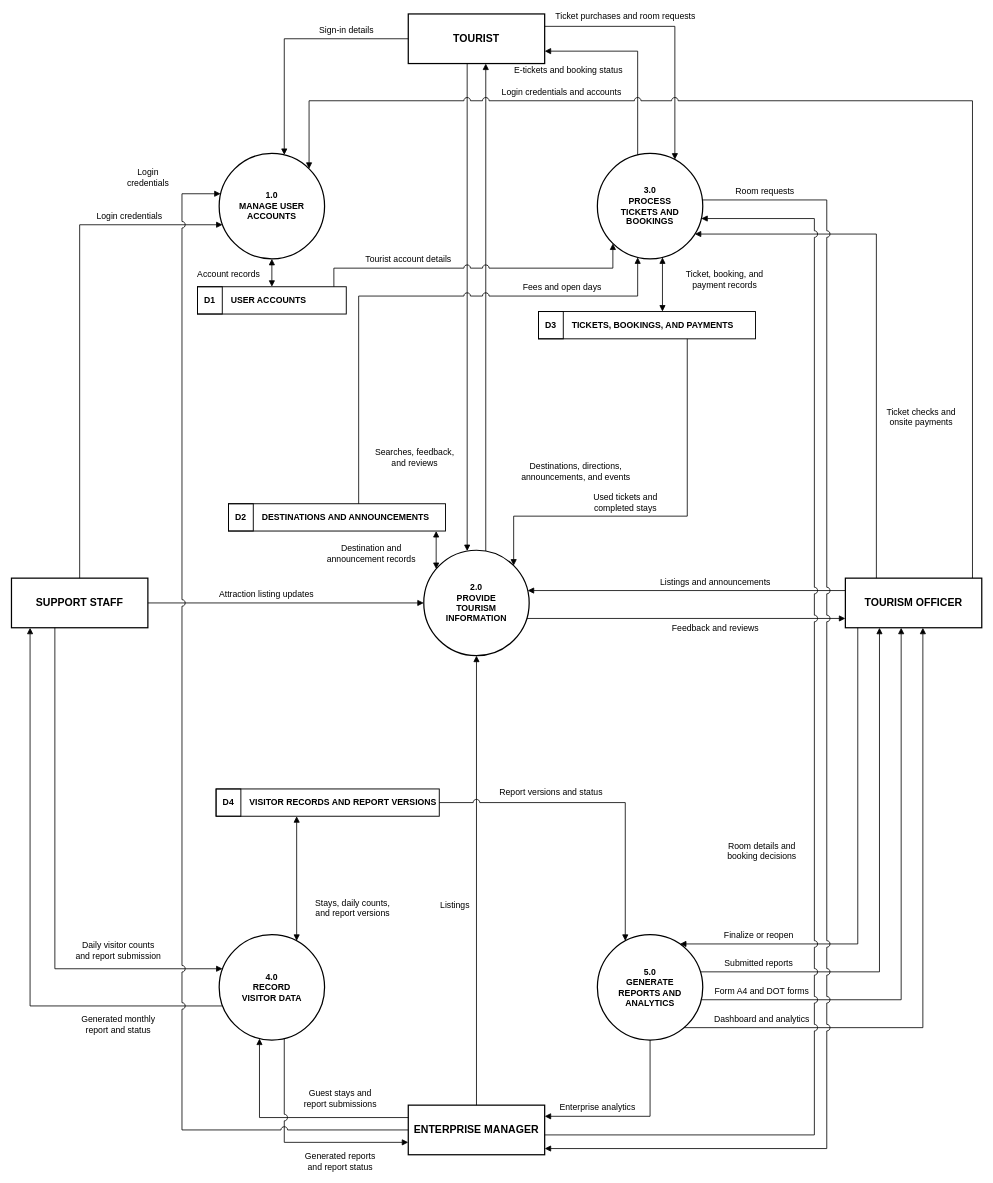
Earlier version of the draw.io diagram docs/diagrams/ztims-top-level-diagram.drawio (jefee0101/ZTIMS). Source tidied: cells renumbered, new cells numbered last; positions are measured from the earlier drawing's top-left corner, leaving out a move shared by most shapes. Both pictures are drawn from the tidied source at 62%, with x=0, y=0 at pixel (11, 14).
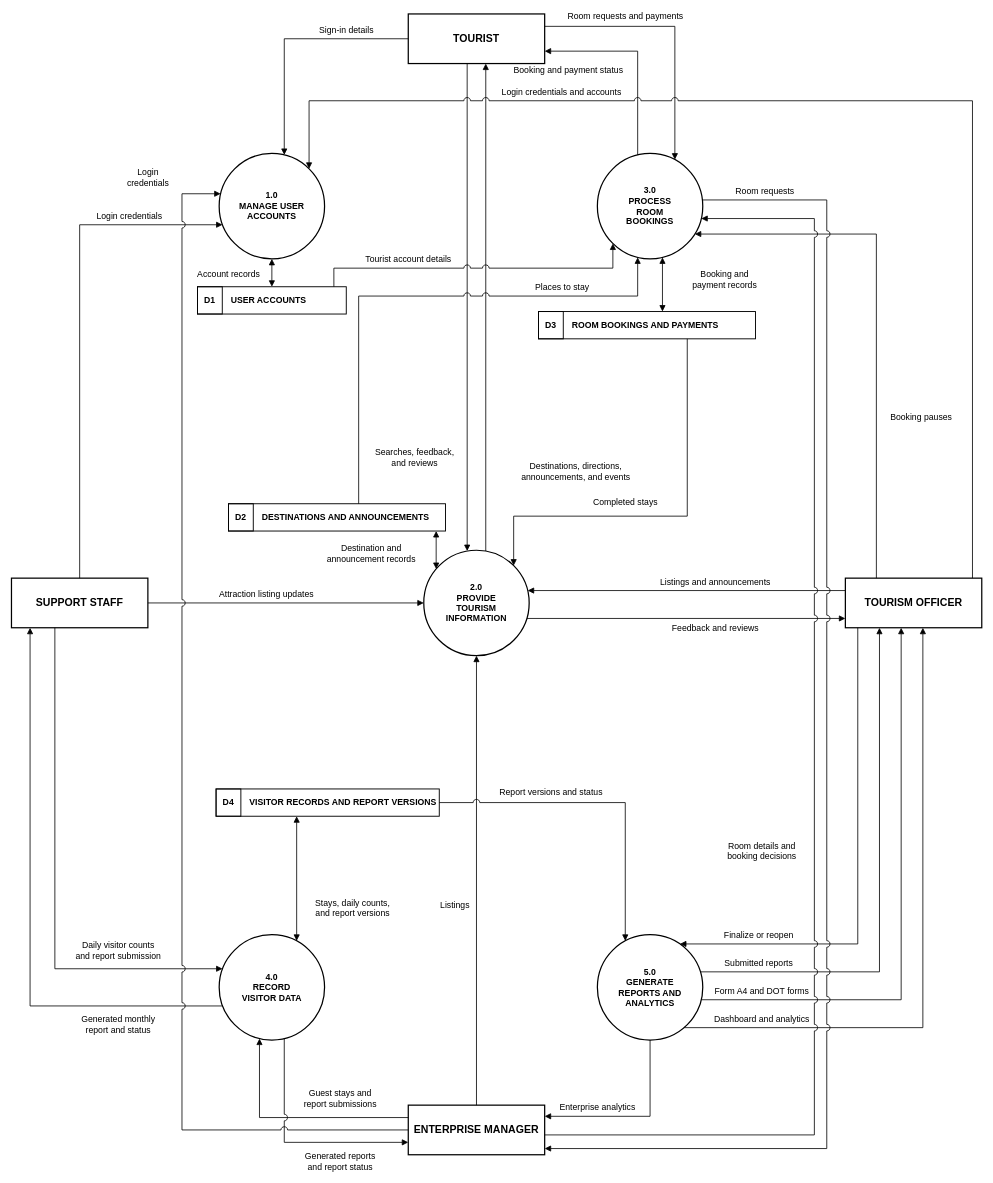
The same diagram, later.

Commit message (it also covers changes not shown here):
Diagrams redrawn without entrance tickets

Unchanged cells that the change refers to:
```xml
<mxCell id="2" value="TOURIST" style="rounded=0;whiteSpace=wrap;html=1;fillColor=#ffffff;strokeColor=#000000;strokeWidth=2;fontColor=#000000;fontStyle=1;fontSize=17;" parent="1" vertex="1">
  <mxGeometry x="640" width="220" height="80" as="geometry" />
</mxCell>
<mxCell id="4" value="TOURISM OFFICER" style="rounded=0;whiteSpace=wrap;html=1;fillColor=#ffffff;strokeColor=#000000;strokeWidth=2;fontColor=#000000;fontStyle=1;fontSize=17;" parent="1" vertex="1">
  <mxGeometry x="1345" y="910" width="220" height="80" as="geometry" />
</mxCell>
<mxCell id="8" value="2.0&lt;br&gt;PROVIDE&lt;br&gt;TOURISM&lt;br&gt;INFORMATION" style="ellipse;whiteSpace=wrap;html=1;fillColor=#ffffff;strokeColor=#000000;strokeWidth=2;fontColor=#000000;fontStyle=1;fontSize=14;" parent="1" vertex="1">
  <mxGeometry x="665" y="865" width="170" height="170" as="geometry" />
</mxCell>
<mxCell id="13" value="DESTINATIONS AND ANNOUNCEMENTS" style="rounded=0;whiteSpace=wrap;html=1;align=left;spacingLeft=52;fillColor=#ffffff;strokeColor=#000000;strokeWidth=1.5;fontColor=#000000;fontStyle=1;fontSize=14;" parent="1" vertex="1">
  <mxGeometry x="350" y="790" width="350" height="44" as="geometry" />
</mxCell>
```

The edit, as a diff of the source:
```diff
@@
-    <mxCell id="7" value="3.0&lt;br&gt;PROCESS&lt;br&gt;TICKETS AND&lt;br&gt;BOOKINGS" style="ellipse;whiteSpace=wrap;html=1;fillColor=#ffffff;strokeColor=#000000;strokeWidth=2;fontColor=#000000;fontStyle=1;fontSize=14;" parent="1" vertex="1">
+    <mxCell id="7" value="3.0&lt;br&gt;PROCESS&lt;br&gt;ROOM&lt;br&gt;BOOKINGS" style="ellipse;whiteSpace=wrap;html=1;fillColor=#ffffff;strokeColor=#000000;strokeWidth=2;fontColor=#000000;fontStyle=1;fontSize=14;" parent="1" vertex="1">
       <mxGeometry x="945" y="225" width="170" height="170" as="geometry" />
     </mxCell>
@@
-    <mxCell id="15" value="TICKETS, BOOKINGS, AND PAYMENTS" style="rounded=0;whiteSpace=wrap;html=1;align=left;spacingLeft=52;fillColor=#ffffff;strokeColor=#000000;strokeWidth=1.5;fontColor=#000000;fontStyle=1;fontSize=14;" parent="1" vertex="1">
+    <mxCell id="15" value="ROOM BOOKINGS AND PAYMENTS" style="rounded=0;whiteSpace=wrap;html=1;align=left;spacingLeft=52;fillColor=#ffffff;strokeColor=#000000;strokeWidth=1.5;fontColor=#000000;fontStyle=1;fontSize=14;" parent="1" vertex="1">
       <mxGeometry x="850" y="480" width="350" height="44" as="geometry" />
     </mxCell>
@@
-    <mxCell id="20" value="Ticket purchases and room requests" style="edgeStyle=none;rounded=0;html=1;endArrow=block;endFill=1;endSize=7;strokeColor=#000000;strokeWidth=1.3;fontColor=#000000;fontSize=14;labelBackgroundColor=none;jumpStyle=arc;jumpSize=10;exitX=1.0000;exitY=0.2500;exitPerimeter=0;entryX=0.7353;entryY=0.0588;entryPerimeter=0;" parent="1" edge="1" source="2" target="7">
+    <mxCell id="20" value="Room requests and payments" style="edgeStyle=none;rounded=0;html=1;endArrow=block;endFill=1;endSize=7;strokeColor=#000000;strokeWidth=1.3;fontColor=#000000;fontSize=14;labelBackgroundColor=none;jumpStyle=arc;jumpSize=10;exitX=1.0000;exitY=0.2500;exitPerimeter=0;entryX=0.7353;entryY=0.0588;entryPerimeter=0;" parent="1" edge="1" source="2" target="7">
       <mxGeometry relative="1" as="geometry">
         <Array as="points">
           <mxPoint x="1070" y="20" />
         </Array>
         <mxPoint x="-80" y="-18.5" as="offset" />
       </mxGeometry>
     </mxCell>
-    <mxCell id="21" value="E-tickets and booking status" style="edgeStyle=none;rounded=0;html=1;endArrow=block;endFill=1;endSize=7;strokeColor=#000000;strokeWidth=1.3;fontColor=#000000;fontSize=14;labelBackgroundColor=none;jumpStyle=arc;jumpSize=10;exitX=0.3824;exitY=0.0140;exitPerimeter=0;entryX=1.0000;entryY=0.7500;entryPerimeter=0;" parent="1" edge="1" source="7" target="2">
+    <mxCell id="21" value="Booking and payment status" style="edgeStyle=none;rounded=0;html=1;endArrow=block;endFill=1;endSize=7;strokeColor=#000000;strokeWidth=1.3;fontColor=#000000;fontSize=14;labelBackgroundColor=none;jumpStyle=arc;jumpSize=10;exitX=0.3824;exitY=0.0140;exitPerimeter=0;entryX=1.0000;entryY=0.7500;entryPerimeter=0;" parent="1" edge="1" source="7" target="2">
       <mxGeometry relative="1" as="geometry">
         <Array as="points">
           <mxPoint x="1010" y="60" />
         </Array>
         <mxPoint x="-112.5" y="21.3" as="offset" />
       </mxGeometry>
     </mxCell>
@@
-    <mxCell id="29" value="Ticket checks and&lt;br&gt;onsite payments" style="edgeStyle=none;rounded=0;html=1;endArrow=block;endFill=1;endSize=7;strokeColor=#000000;strokeWidth=1.3;fontColor=#000000;fontSize=14;labelBackgroundColor=none;jumpStyle=arc;jumpSize=10;exitX=0.2273;exitY=0.0000;exitPerimeter=0;entryX=0.9242;entryY=0.7647;entryPerimeter=0;" parent="1" edge="1" source="4" target="7">
+    <mxCell id="29" value="Booking pauses" style="edgeStyle=none;rounded=0;html=1;endArrow=block;endFill=1;endSize=7;strokeColor=#000000;strokeWidth=1.3;fontColor=#000000;fontSize=14;labelBackgroundColor=none;jumpStyle=arc;jumpSize=10;exitX=0.2273;exitY=0.0000;exitPerimeter=0;entryX=0.9242;entryY=0.7647;entryPerimeter=0;" parent="1" edge="1" source="4" target="7">
       <mxGeometry relative="1" as="geometry">
         <Array as="points">
           <mxPoint x="1395" y="355" />
         </Array>
         <mxPoint x="72" y="163.9" as="offset" />
       </mxGeometry>
     </mxCell>
@@
-    <mxCell id="46" value="Fees and open days" style="edgeStyle=none;rounded=0;html=1;endArrow=block;endFill=1;endSize=7;strokeColor=#000000;strokeWidth=1.3;fontColor=#000000;fontSize=14;labelBackgroundColor=none;jumpStyle=arc;jumpSize=10;exitX=0.6000;exitY=0.0000;exitPerimeter=0;entryX=0.3824;entryY=0.9860;entryPerimeter=0;" parent="1" edge="1" source="13" target="7">
+    <mxCell id="46" value="Places to stay" style="edgeStyle=none;rounded=0;html=1;endArrow=block;endFill=1;endSize=7;strokeColor=#000000;strokeWidth=1.3;fontColor=#000000;fontSize=14;labelBackgroundColor=none;jumpStyle=arc;jumpSize=10;exitX=0.6000;exitY=0.0000;exitPerimeter=0;entryX=0.3824;entryY=0.9860;entryPerimeter=0;" parent="1" edge="1" source="13" target="7">
       <mxGeometry relative="1" as="geometry">
         <Array as="points">
           <mxPoint x="560" y="455" />
           <mxPoint x="1010" y="455" />
         </Array>
         <mxPoint x="238.8" y="-14" as="offset" />
       </mxGeometry>
     </mxCell>
-    <mxCell id="47" value="Ticket, booking, and&lt;br&gt;payment records" style="edgeStyle=none;rounded=0;html=1;endArrow=block;endFill=1;endSize=7;strokeColor=#000000;strokeWidth=1.3;fontColor=#000000;fontSize=14;labelBackgroundColor=none;jumpStyle=arc;jumpSize=10;startArrow=block;startFill=1;startSize=7;exitX=0.6176;exitY=0.9860;exitPerimeter=0;entryX=0.5714;entryY=0.0000;entryPerimeter=0;" parent="1" edge="1" source="7" target="15">
+    <mxCell id="47" value="Booking and&lt;br&gt;payment records" style="edgeStyle=none;rounded=0;html=1;endArrow=block;endFill=1;endSize=7;strokeColor=#000000;strokeWidth=1.3;fontColor=#000000;fontSize=14;labelBackgroundColor=none;jumpStyle=arc;jumpSize=10;startArrow=block;startFill=1;startSize=7;exitX=0.6176;exitY=0.9860;exitPerimeter=0;entryX=0.5714;entryY=0.0000;entryPerimeter=0;" parent="1" edge="1" source="7" target="15">
       <mxGeometry relative="1" as="geometry">
         <mxPoint x="100" y="-8.3" as="offset" />
       </mxGeometry>
     </mxCell>
-    <mxCell id="48" value="Used tickets and&lt;br&gt;completed stays" style="edgeStyle=none;rounded=0;html=1;endArrow=block;endFill=1;endSize=7;strokeColor=#000000;strokeWidth=1.3;fontColor=#000000;fontSize=14;labelBackgroundColor=none;jumpStyle=arc;jumpSize=10;exitX=0.6857;exitY=1.0000;exitPerimeter=0;entryX=0.8529;entryY=0.1458;entryPerimeter=0;" parent="1" edge="1" source="15" target="8">
+    <mxCell id="48" value="Completed stays" style="edgeStyle=none;rounded=0;html=1;endArrow=block;endFill=1;endSize=7;strokeColor=#000000;strokeWidth=1.3;fontColor=#000000;fontSize=14;labelBackgroundColor=none;jumpStyle=arc;jumpSize=10;exitX=0.6857;exitY=1.0000;exitPerimeter=0;entryX=0.8529;entryY=0.1458;entryPerimeter=0;" parent="1" edge="1" source="15" target="8">
       <mxGeometry relative="1" as="geometry">
         <Array as="points">
           <mxPoint x="1090" y="810" />
           <mxPoint x="810" y="810" />
         </Array>
         <mxPoint x="-63.1" y="-22" as="offset" />
       </mxGeometry>
     </mxCell>
```
